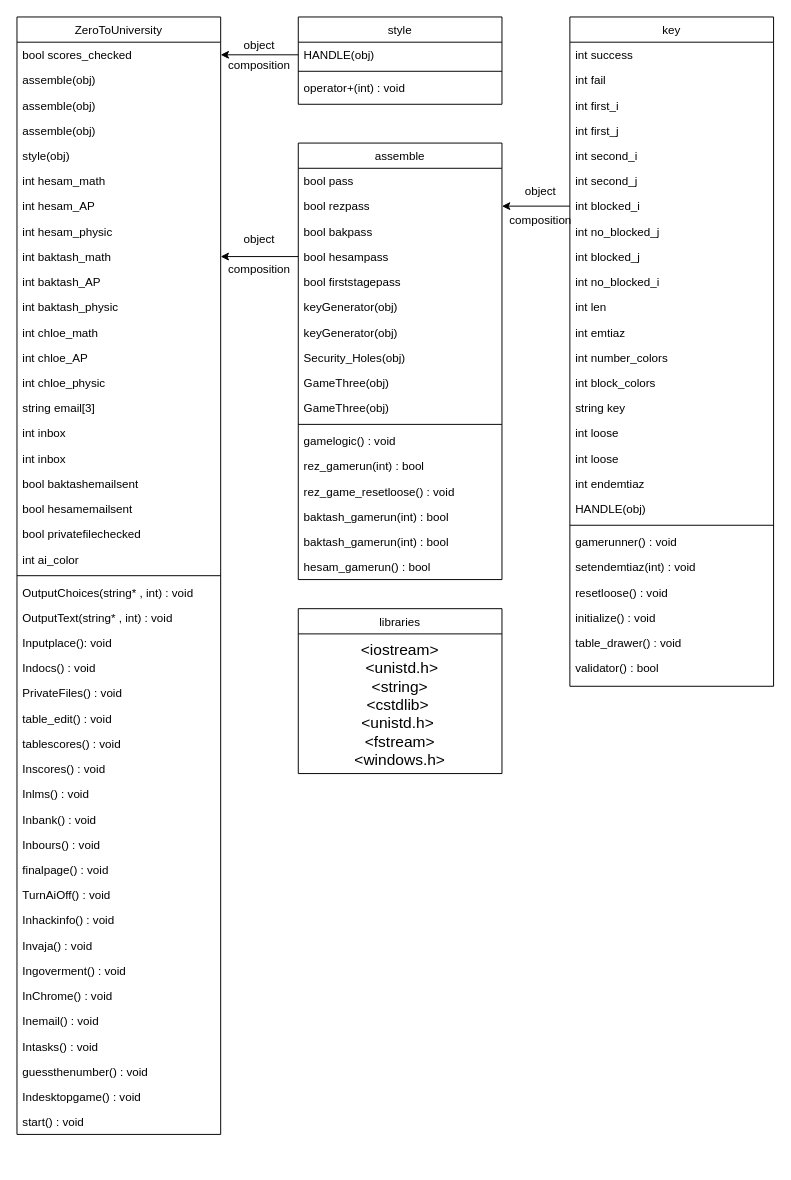
This is UML/TMB.drawio from baktash81/ngp, a draw.io file, before an edit. Source tidied: cells renumbered, new cells numbered last; positions are measured from the earlier drawing's top-left corner, leaving out a move shared by most shapes. Both pictures are drawn from the tidied source at 97%, with x=0, y=0 at pixel (16, 16).
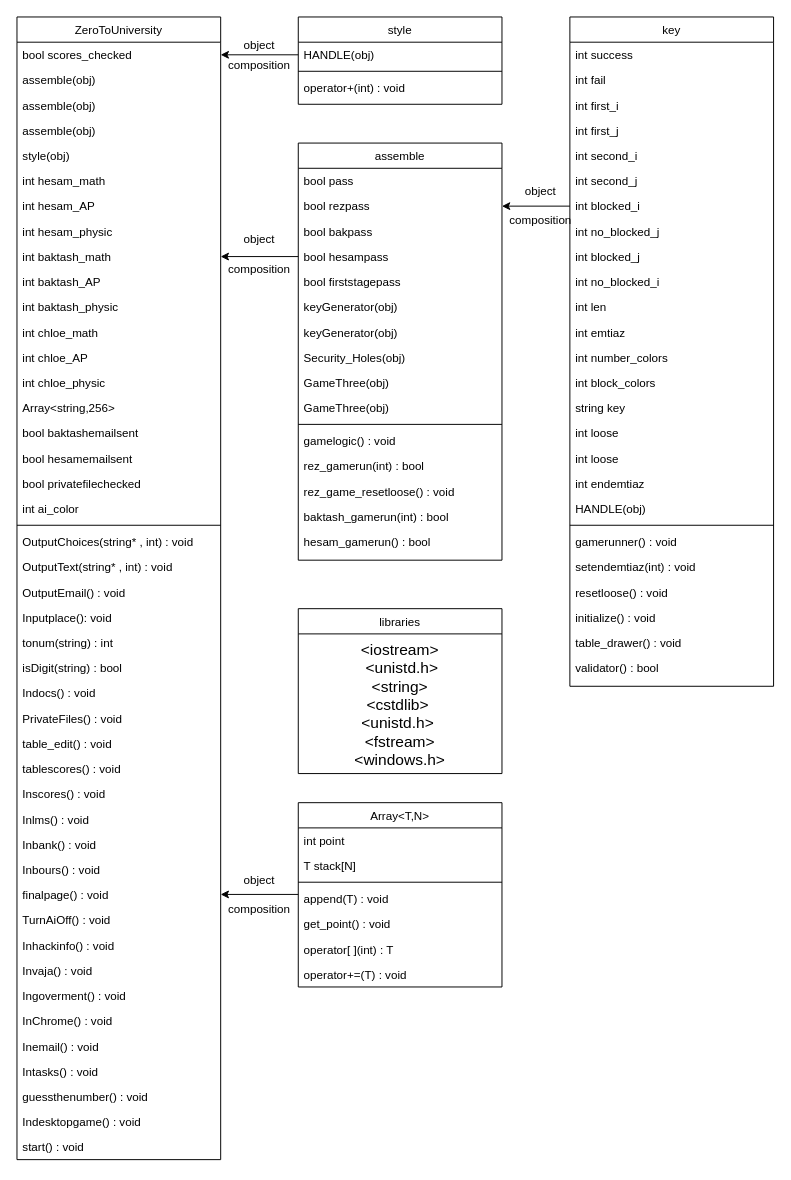
The same diagram, later.

The edit, as a diff of the source:
```diff
@@
     <mxCell id="2" value="ZeroToUniversity" style="swimlane;fontStyle=0;align=center;verticalAlign=top;horizontal=1;startSize=26;rounded=0;shadow=0;strokeWidth=1;" parent="1" vertex="1">
-      <mxGeometry width="210" height="1152" as="geometry" />
+      <mxGeometry width="210" height="1178" as="geometry" />
     </mxCell>
@@
-    <mxCell id="17" value="string email[3]" style="text;align=left;verticalAlign=top;spacingLeft=4;spacingRight=4;overflow=hidden;rounded=0;shadow=0;html=0;" parent="2" vertex="1">
-      <mxGeometry y="390" width="210" height="26" as="geometry" />
-    </mxCell>
-    <mxCell id="18" value="int inbox" style="text;align=left;verticalAlign=top;spacingLeft=4;spacingRight=4;overflow=hidden;rounded=0;shadow=0;html=0;" parent="2" vertex="1">
-      <mxGeometry y="416" width="210" height="26" as="geometry" />
+    <mxCell id="18" value="Array&lt;string,256&gt;" style="text;align=left;verticalAlign=top;spacingLeft=4;spacingRight=4;overflow=hidden;rounded=0;shadow=0;html=0;" parent="2" vertex="1">
+      <mxGeometry y="390" width="210" height="26" as="geometry" />
     </mxCell>
-    <mxCell id="19" value="int inbox" style="text;align=left;verticalAlign=top;spacingLeft=4;spacingRight=4;overflow=hidden;rounded=0;shadow=0;html=0;" parent="2" vertex="1">
-      <mxGeometry y="442" width="210" height="26" as="geometry" />
-    </mxCell>
     <mxCell id="20" value="bool baktashemailsent" style="text;align=left;verticalAlign=top;spacingLeft=4;spacingRight=4;overflow=hidden;rounded=0;shadow=0;html=0;" parent="2" vertex="1">
-      <mxGeometry y="468" width="210" height="26" as="geometry" />
+      <mxGeometry y="416" width="210" height="26" as="geometry" />
     </mxCell>
     <mxCell id="21" value="bool hesamemailsent" style="text;align=left;verticalAlign=top;spacingLeft=4;spacingRight=4;overflow=hidden;rounded=0;shadow=0;html=0;" parent="2" vertex="1">
-      <mxGeometry y="494" width="210" height="26" as="geometry" />
+      <mxGeometry y="442" width="210" height="26" as="geometry" />
     </mxCell>
     <mxCell id="22" value="bool privatefilechecked" style="text;align=left;verticalAlign=top;spacingLeft=4;spacingRight=4;overflow=hidden;rounded=0;shadow=0;html=0;" parent="2" vertex="1">
-      <mxGeometry y="520" width="210" height="26" as="geometry" />
+      <mxGeometry y="468" width="210" height="26" as="geometry" />
     </mxCell>
     <mxCell id="23" value="int ai_color" style="text;align=left;verticalAlign=top;spacingLeft=4;spacingRight=4;overflow=hidden;rounded=0;shadow=0;html=0;" parent="2" vertex="1">
-      <mxGeometry y="546" width="210" height="26" as="geometry" />
+      <mxGeometry y="494" width="210" height="26" as="geometry" />
     </mxCell>
     <mxCell id="24" style="line;html=1;strokeWidth=1;align=left;verticalAlign=middle;spacingTop=-1;spacingLeft=3;spacingRight=3;labelPosition=right;" parent="2" vertex="1">
-      <mxGeometry y="572" width="210" height="8" as="geometry" />
+      <mxGeometry y="520" width="210" height="8" as="geometry" />
     </mxCell>
     <mxCell id="25" value="OutputChoices(string* , int) : void" style="text;align=left;verticalAlign=top;spacingLeft=4;spacingRight=4;overflow=hidden;rounded=0;shadow=0;html=0;" parent="2" vertex="1">
-      <mxGeometry y="580" width="210" height="26" as="geometry" />
+      <mxGeometry y="528" width="210" height="26" as="geometry" />
     </mxCell>
     <mxCell id="26" value="OutputText(string* , int) : void" style="text;align=left;verticalAlign=top;spacingLeft=4;spacingRight=4;overflow=hidden;rounded=0;shadow=0;html=0;" parent="2" vertex="1">
-      <mxGeometry y="606" width="210" height="26" as="geometry" />
+      <mxGeometry y="554" width="210" height="26" as="geometry" />
     </mxCell>
+    <mxCell id="107" value="OutputEmail() : void" style="text;align=left;verticalAlign=top;spacingLeft=4;spacingRight=4;overflow=hidden;rounded=0;shadow=0;html=0;" parent="2" vertex="1">
+      <mxGeometry y="580" width="210" height="26" as="geometry" />
+    </mxCell>
     <mxCell id="27" value="Inputplace(): void" style="text;align=left;verticalAlign=top;spacingLeft=4;spacingRight=4;overflow=hidden;" parent="2" vertex="1">
-      <mxGeometry y="632" width="210" height="26" as="geometry" />
+      <mxGeometry y="606" width="210" height="26" as="geometry" />
     </mxCell>
+    <mxCell id="108" value="tonum(string) : int" style="text;align=left;verticalAlign=top;spacingLeft=4;spacingRight=4;overflow=hidden;rounded=0;shadow=0;html=0;" parent="2" vertex="1">
+      <mxGeometry y="632" width="210" height="26" as="geometry" />
+    </mxCell>
+    <mxCell id="109" value="isDigit(string) : bool" style="text;align=left;verticalAlign=top;spacingLeft=4;spacingRight=4;overflow=hidden;rounded=0;shadow=0;html=0;" parent="2" vertex="1">
+      <mxGeometry y="658" width="210" height="26" as="geometry" />
+    </mxCell>
     <mxCell id="28" value="Indocs() : void" style="text;align=left;verticalAlign=top;spacingLeft=4;spacingRight=4;overflow=hidden;rounded=0;shadow=0;html=0;" parent="2" vertex="1">
-      <mxGeometry y="658" width="210" height="26" as="geometry" />
+      <mxGeometry y="684" width="210" height="26" as="geometry" />
     </mxCell>
     <mxCell id="29" value="PrivateFiles() : void" style="text;align=left;verticalAlign=top;spacingLeft=4;spacingRight=4;overflow=hidden;" parent="2" vertex="1">
-      <mxGeometry y="684" width="210" height="26" as="geometry" />
+      <mxGeometry y="710" width="210" height="26" as="geometry" />
     </mxCell>
     <mxCell id="30" value="table_edit() : void" style="text;align=left;verticalAlign=top;spacingLeft=4;spacingRight=4;overflow=hidden;" parent="2" vertex="1">
-      <mxGeometry y="710" width="210" height="26" as="geometry" />
+      <mxGeometry y="736" width="210" height="26" as="geometry" />
     </mxCell>
     <mxCell id="31" value="tablescores() : void " style="text;align=left;verticalAlign=top;spacingLeft=4;spacingRight=4;overflow=hidden;" parent="2" vertex="1">
-      <mxGeometry y="736" width="210" height="26" as="geometry" />
+      <mxGeometry y="762" width="210" height="26" as="geometry" />
     </mxCell>
     <mxCell id="32" value="Inscores() : void " style="text;align=left;verticalAlign=top;spacingLeft=4;spacingRight=4;overflow=hidden;" parent="2" vertex="1">
-      <mxGeometry y="762" width="210" height="26" as="geometry" />
+      <mxGeometry y="788" width="210" height="26" as="geometry" />
     </mxCell>
     <mxCell id="33" value="Inlms() : void " style="text;align=left;verticalAlign=top;spacingLeft=4;spacingRight=4;overflow=hidden;" parent="2" vertex="1">
-      <mxGeometry y="788" width="210" height="26" as="geometry" />
+      <mxGeometry y="814" width="210" height="26" as="geometry" />
     </mxCell>
     <mxCell id="34" value="Inbank() : void" style="text;align=left;verticalAlign=top;spacingLeft=4;spacingRight=4;overflow=hidden;" parent="2" vertex="1">
-      <mxGeometry y="814" width="210" height="26" as="geometry" />
+      <mxGeometry y="840" width="210" height="26" as="geometry" />
     </mxCell>
     <mxCell id="35" value="Inbours() : void" style="text;align=left;verticalAlign=top;spacingLeft=4;spacingRight=4;overflow=hidden;" parent="2" vertex="1">
-      <mxGeometry y="840" width="210" height="26" as="geometry" />
+      <mxGeometry y="866" width="210" height="26" as="geometry" />
     </mxCell>
     <mxCell id="36" value="finalpage() : void" style="text;align=left;verticalAlign=top;spacingLeft=4;spacingRight=4;overflow=hidden;" parent="2" vertex="1">
-      <mxGeometry y="866" width="210" height="26" as="geometry" />
+      <mxGeometry y="892" width="210" height="26" as="geometry" />
     </mxCell>
     <mxCell id="37" value="TurnAiOff() : void" style="text;align=left;verticalAlign=top;spacingLeft=4;spacingRight=4;overflow=hidden;" parent="2" vertex="1">
-      <mxGeometry y="892" width="210" height="26" as="geometry" />
+      <mxGeometry y="918" width="210" height="26" as="geometry" />
     </mxCell>
     <mxCell id="38" value="Inhackinfo() : void" style="text;align=left;verticalAlign=top;spacingLeft=4;spacingRight=4;overflow=hidden;" parent="2" vertex="1">
-      <mxGeometry y="918" width="210" height="26" as="geometry" />
+      <mxGeometry y="944" width="210" height="26" as="geometry" />
     </mxCell>
     <mxCell id="39" value="Invaja() : void" style="text;align=left;verticalAlign=top;spacingLeft=4;spacingRight=4;overflow=hidden;" parent="2" vertex="1">
-      <mxGeometry y="944" width="210" height="26" as="geometry" />
+      <mxGeometry y="970" width="210" height="26" as="geometry" />
     </mxCell>
     <mxCell id="40" value="Ingoverment() : void" style="text;align=left;verticalAlign=top;spacingLeft=4;spacingRight=4;overflow=hidden;" parent="2" vertex="1">
-      <mxGeometry y="970" width="210" height="26" as="geometry" />
+      <mxGeometry y="996" width="210" height="26" as="geometry" />
     </mxCell>
     <mxCell id="41" value="InChrome() : void" style="text;align=left;verticalAlign=top;spacingLeft=4;spacingRight=4;overflow=hidden;" parent="2" vertex="1">
-      <mxGeometry y="996" width="210" height="26" as="geometry" />
+      <mxGeometry y="1022" width="210" height="26" as="geometry" />
     </mxCell>
     <mxCell id="42" value="Inemail() : void" style="text;align=left;verticalAlign=top;spacingLeft=4;spacingRight=4;overflow=hidden;" parent="2" vertex="1">
-      <mxGeometry y="1022" width="210" height="26" as="geometry" />
+      <mxGeometry y="1048" width="210" height="26" as="geometry" />
     </mxCell>
     <mxCell id="43" value="Intasks() : void" style="text;align=left;verticalAlign=top;spacingLeft=4;spacingRight=4;overflow=hidden;" parent="2" vertex="1">
-      <mxGeometry y="1048" width="210" height="26" as="geometry" />
+      <mxGeometry y="1074" width="210" height="26" as="geometry" />
     </mxCell>
     <mxCell id="44" value="guessthenumber() : void" style="text;align=left;verticalAlign=top;spacingLeft=4;spacingRight=4;overflow=hidden;" parent="2" vertex="1">
-      <mxGeometry y="1074" width="210" height="26" as="geometry" />
+      <mxGeometry y="1100" width="210" height="26" as="geometry" />
     </mxCell>
     <mxCell id="45" value="Indesktopgame() : void" style="text;align=left;verticalAlign=top;spacingLeft=4;spacingRight=4;overflow=hidden;" parent="2" vertex="1">
-      <mxGeometry y="1100" width="210" height="26" as="geometry" />
+      <mxGeometry y="1126" width="210" height="26" as="geometry" />
     </mxCell>
     <mxCell id="46" value="start() : void" style="text;align=left;verticalAlign=top;spacingLeft=4;spacingRight=4;overflow=hidden;" parent="2" vertex="1">
-      <mxGeometry y="1126" width="210" height="26" as="geometry" />
+      <mxGeometry y="1152" width="210" height="26" as="geometry" />
     </mxCell>
@@
     <mxCell id="51" value="assemble" style="swimlane;fontStyle=0;align=center;verticalAlign=top;horizontal=1;startSize=26;rounded=0;shadow=0;strokeWidth=1;" parent="1" vertex="1">
-      <mxGeometry x="290" y="130" width="210" height="450" as="geometry" />
+      <mxGeometry x="290" y="130" width="210" height="430" as="geometry" />
     </mxCell>
@@
-    <mxCell id="67" value="baktash_gamerun(int) : bool" style="text;align=left;verticalAlign=top;spacingLeft=4;spacingRight=4;overflow=hidden;" parent="51" vertex="1">
-      <mxGeometry y="398" width="210" height="26" as="geometry" />
-    </mxCell>
     <mxCell id="68" value="hesam_gamerun() : bool" style="text;align=left;verticalAlign=top;spacingLeft=4;spacingRight=4;overflow=hidden;" parent="51" vertex="1">
-      <mxGeometry y="424" width="210" height="26" as="geometry" />
+      <mxGeometry y="398" width="210" height="26" as="geometry" />
     </mxCell>
@@
+    <mxCell id="110" value="Array&lt;T,N&gt;" style="swimlane;fontStyle=0;align=center;verticalAlign=top;horizontal=1;startSize=26;rounded=0;shadow=0;strokeWidth=1;" parent="1" vertex="1">
+      <mxGeometry x="290" y="810" width="210" height="190" as="geometry" />
+    </mxCell>
+    <mxCell id="111" value="int point" style="text;align=left;verticalAlign=top;spacingLeft=4;spacingRight=4;overflow=hidden;" parent="110" vertex="1">
+      <mxGeometry y="26" width="210" height="26" as="geometry" />
+    </mxCell>
+    <mxCell id="112" value="T stack[N]" style="text;align=left;verticalAlign=top;spacingLeft=4;spacingRight=4;overflow=hidden;" parent="110" vertex="1">
+      <mxGeometry y="52" width="210" height="26" as="geometry" />
+    </mxCell>
+    <mxCell id="113" style="line;html=1;strokeWidth=1;align=left;verticalAlign=middle;spacingTop=-1;spacingLeft=3;spacingRight=3;labelPosition=right;" parent="110" vertex="1">
+      <mxGeometry y="78" width="210" height="8" as="geometry" />
+    </mxCell>
+    <mxCell id="114" value="append(T) : void" style="text;align=left;verticalAlign=top;spacingLeft=4;spacingRight=4;overflow=hidden;" parent="110" vertex="1">
+      <mxGeometry y="86" width="210" height="26" as="geometry" />
+    </mxCell>
+    <mxCell id="115" value="get_point() : void" style="text;align=left;verticalAlign=top;spacingLeft=4;spacingRight=4;overflow=hidden;" parent="110" vertex="1">
+      <mxGeometry y="112" width="210" height="26" as="geometry" />
+    </mxCell>
+    <mxCell id="116" value="operator[ ](int) : T" style="text;align=left;verticalAlign=top;spacingLeft=4;spacingRight=4;overflow=hidden;" parent="110" vertex="1">
+      <mxGeometry y="138" width="210" height="26" as="geometry" />
+    </mxCell>
+    <mxCell id="117" value="operator+=(T) : void" style="text;align=left;verticalAlign=top;spacingLeft=4;spacingRight=4;overflow=hidden;" parent="110" vertex="1">
+      <mxGeometry y="164" width="210" height="26" as="geometry" />
+    </mxCell>
+    <mxCell id="118" value="composition" style="text;html=1;strokeColor=none;fillColor=none;align=center;verticalAlign=middle;whiteSpace=wrap;rounded=0;" parent="1" vertex="1">
+      <mxGeometry x="230" y="910" width="40" height="20" as="geometry" />
+    </mxCell>
+    <mxCell id="119" value="object" style="text;html=1;strokeColor=none;fillColor=none;align=center;verticalAlign=middle;whiteSpace=wrap;rounded=0;" parent="1" vertex="1">
+      <mxGeometry x="230" y="880" width="40" height="20" as="geometry" />
+    </mxCell>
+    <mxCell id="120" style="endArrow=classic;html=1;exitX=0;exitY=0.5;exitDx=0;exitDy=0;entryX=1;entryY=0.5;entryDx=0;entryDy=0;" parent="1" edge="1">
+      <mxGeometry relative="1" as="geometry">
+        <mxPoint x="290" y="904.6" as="sourcePoint" />
+        <mxPoint x="210" y="904.6" as="targetPoint" />
+      </mxGeometry>
+    </mxCell>
```
